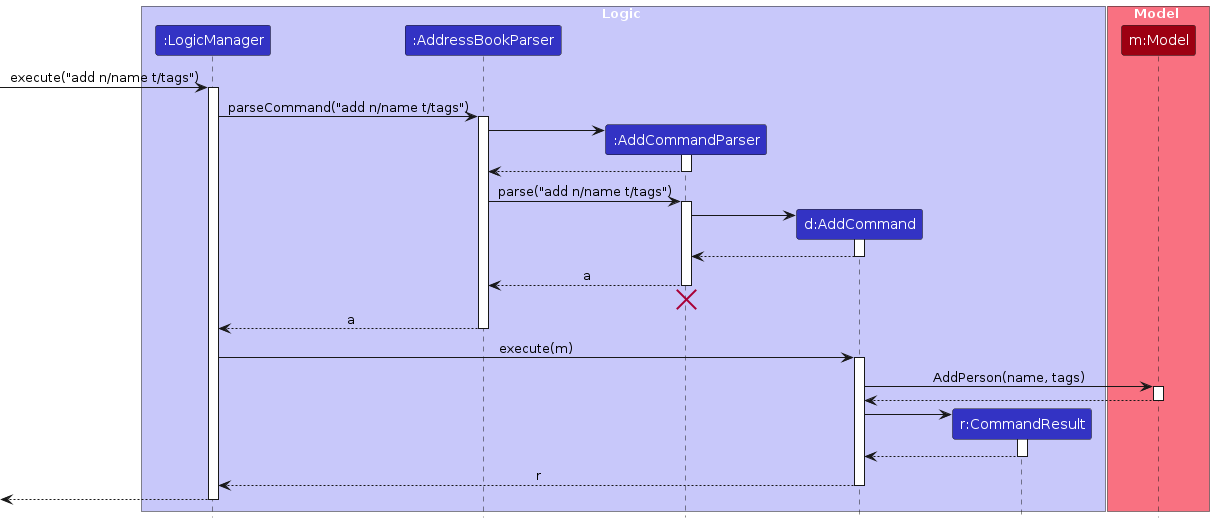
AY2324S2-CS2103T-W13-3/tp keeps this PlantUML diagram as diagrams/AddSequenceDiagram.png. Above is the earlier version. Its source is kept beside it as diagrams/AddSequenceDiagram.puml.
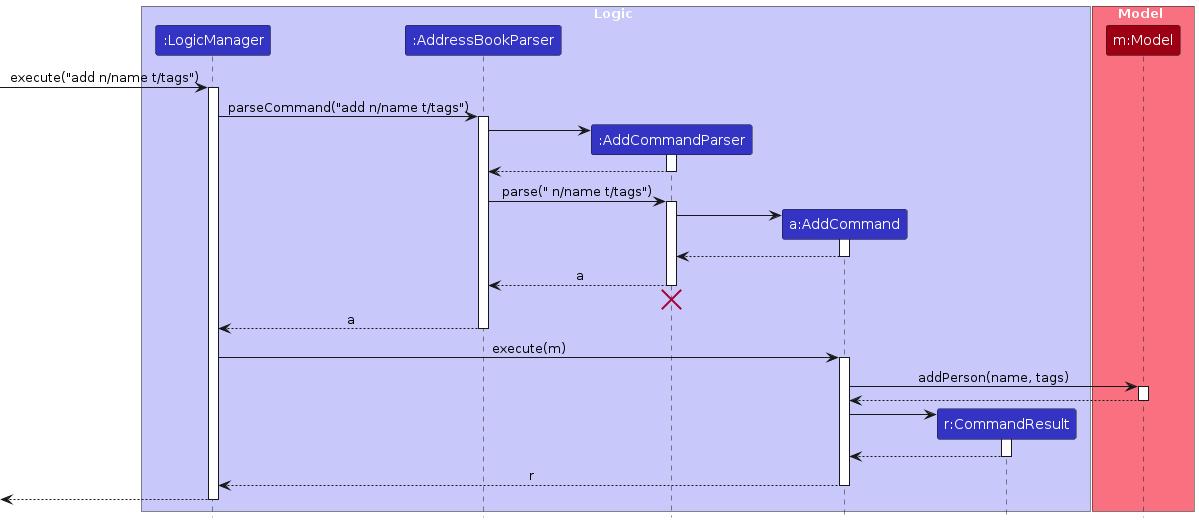
Above is the later version.

Diff of the diagram source:
```diff
@@ -6,7 +6,7 @@
 participant ":LogicManager" as LogicManager LOGIC_COLOR
 participant ":AddressBookParser" as AddressBookParser LOGIC_COLOR
 participant ":AddCommandParser" as AddCommandParser LOGIC_COLOR
-participant "d:AddCommand" as AddCommand LOGIC_COLOR
+participant "a:AddCommand" as AddCommand LOGIC_COLOR
 participant "r:CommandResult" as CommandResult LOGIC_COLOR
 end box
 
@@ -27,7 +27,7 @@
 AddCommandParser --> AddressBookParser
 deactivate AddCommandParser
 
-AddressBookParser -> AddCommandParser : parse("add n/name t/tags")
+AddressBookParser -> AddCommandParser : parse(" n/name t/tags")
 activate AddCommandParser
 
 create AddCommand
@@ -48,7 +48,7 @@
 LogicManager -> AddCommand : execute(m)
 activate AddCommand
 
-AddCommand -> Model : AddPerson(name, tags)
+AddCommand -> Model : addPerson(name, tags)
 activate Model
 
 Model --> AddCommand
```
